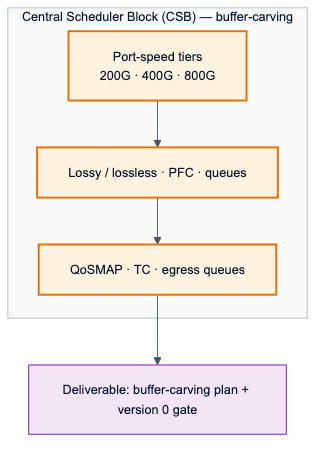
Earlier version of the Mermaid export assets/diagrams/b6/b6-slide04-csb-inset.png (upscale-ai-network/agent-template). Its source is kept beside it as assets/diagrams/b6/b6-slide04-csb-inset.mmd.
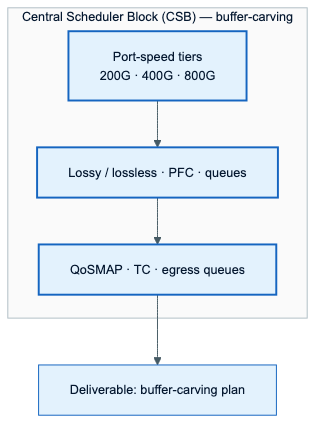
After the commit.

The edit, as a diff of the source:
```diff
@@ -5,12 +5,12 @@
     B2["Lossy / lossless · PFC · queues"]
     B3["QoSMAP · TC · egress queues"]
   end
-  OUT["Deliverable: buffer-carving plan + version 0 gate"]
+  OUT["Deliverable: buffer-carving plan"]
 
   B1 --> B2 --> B3 --> OUT
 
-  classDef lane fill:#FFF3E0,stroke:#EF6C00,color:#051830,stroke-width:2px
-  classDef act fill:#F3E5F5,stroke:#7B1FA2,color:#051830
+  classDef lane fill:#E3F2FD,stroke:#1565C0,color:#051830,stroke-width:2px
+  classDef act fill:#E3F2FD,stroke:#1565C0,color:#051830
 
   class B1,B2,B3 lane
   class OUT act
```
